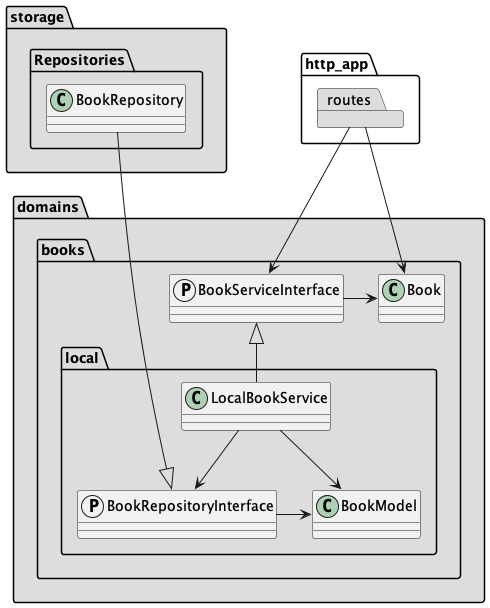
This is architecture.png from febus982/bootstrap-python-fastapi, a PlantUML export, as it was before one commit.
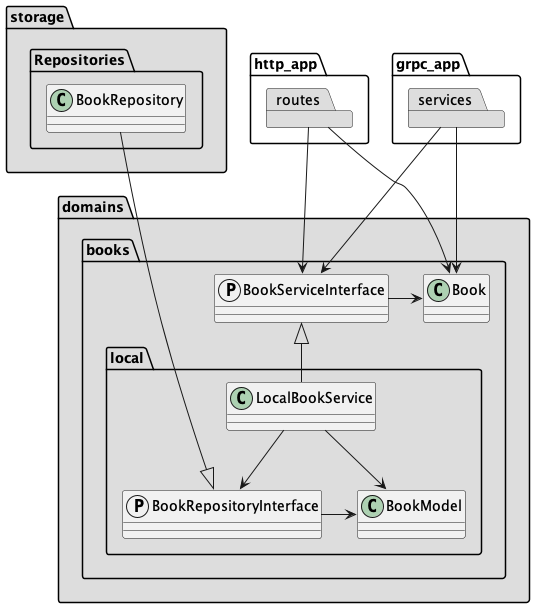
Later version of the same file.

What changed in the source:
```diff
@@ -4,6 +4,10 @@
 
 package http_app {
     package routes #DDDDDD
+}
+
+package grpc_app {
+    package services #DDDDDD
 }
 
 package domains #DDDDDD {
@@ -26,6 +30,8 @@
 
 routes --> BookServiceInterface
 routes --> Book
+services --> BookServiceInterface
+services --> Book
 
 LocalBookService -u-|> BookServiceInterface
 BookServiceInterface -l-> Book
```
